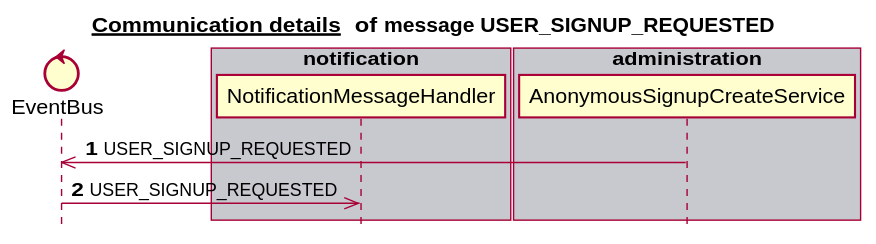
Earlier version of the PlantUML export docs/latest/images/gen_domain_messaging_user_signup_requested.svg (mercedes-benz/sechub).
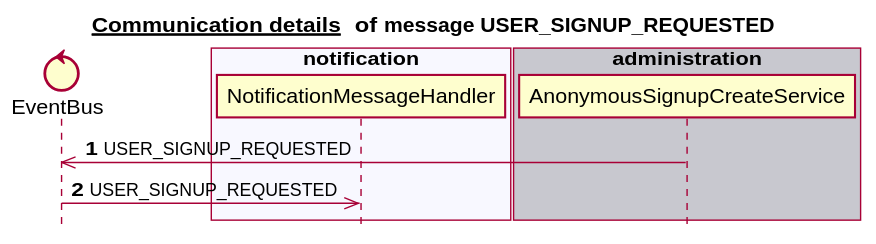
After the change.

The edit, as a diff of the source:
```diff
@@ -6,17 +6,17 @@
 
 
 control EventBus
-box "notification" #C8C8CF
+box "scan" #C8C8CF
+end box
+box "schedule" #F8F8FF
+end box
+box "authorization" #C8C8CF
+end box
+box "notification" #F8F8FF
    participant NotificationMessageHandler
-end box
-box "authorization" #F8F8FF
 end box
 box "administration" #C8C8CF
    participant AnonymousSignupCreateService
-end box
-box "schedule" #F8F8FF
-end box
-box "scan" #C8C8CF
 end box
 autonumber 1
 AnonymousSignupCreateService ->> EventBus:USER_SIGNUP_REQUESTED
```
